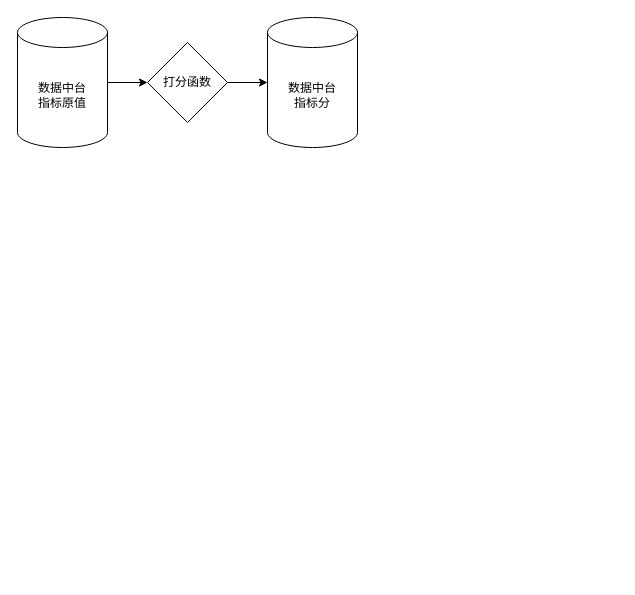
The draw.io diagram 友邦/友邦agent grade数据流程图.drawio in XiaoLiuAI/diagrams, before the edit. Source tidied: cells renumbered, new cells numbered last; positions are measured from the earlier drawing's top-left corner, leaving out a move shared by most shapes. Both pictures are drawn from the tidied source at 100%, with x=0, y=0 at pixel (17, 17).
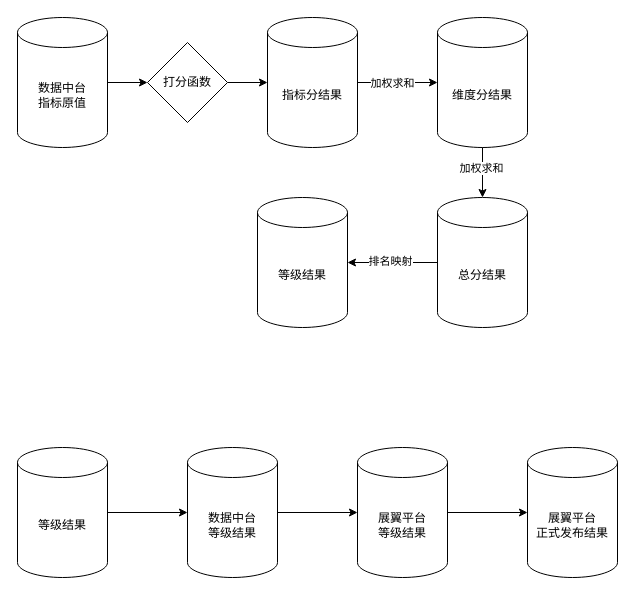
The same page after the edit.

Commit message (it also covers changes not shown here):
Update 友邦agent grade数据流程图.drawio

What changed in the source:
```diff
@@
+    <mxCell id="7" style="edgeStyle=orthogonalEdgeStyle;rounded=0;jettySize=auto;html=1;" parent="1" edge="1" source="6" target="9">
+      <mxGeometry relative="1" as="geometry" />
+    </mxCell>
+    <mxCell id="8" value="加权求和" style="edgeLabel;html=1;align=center;verticalAlign=middle;" parent="7" vertex="1">
+      <mxGeometry x="-0.26" y="-4" relative="1" as="geometry">
+        <mxPoint x="4" y="-4" as="offset" />
+      </mxGeometry>
+    </mxCell>
-    <mxCell id="6" value="数据中台&lt;div&gt;指标分&lt;/div&gt;" style="shape=cylinder3;whiteSpace=wrap;html=1;boundedLbl=1;backgroundOutline=1;size=15;" parent="1" vertex="1">
+    <mxCell id="6" value="&lt;div&gt;指标分结果&lt;/div&gt;" style="shape=cylinder3;whiteSpace=wrap;html=1;boundedLbl=1;backgroundOutline=1;size=15;" parent="1" vertex="1">
       <mxGeometry x="250" width="90" height="130" as="geometry" />
     </mxCell>
+    <mxCell id="9" value="&lt;div&gt;维度分结果&lt;/div&gt;" style="shape=cylinder3;whiteSpace=wrap;html=1;boundedLbl=1;backgroundOutline=1;size=15;" parent="1" vertex="1">
+      <mxGeometry x="420" width="90" height="130" as="geometry" />
+    </mxCell>
+    <mxCell id="10" style="edgeStyle=orthogonalEdgeStyle;rounded=0;jettySize=auto;html=1;" parent="1" edge="1" source="12" target="15">
+      <mxGeometry relative="1" as="geometry" />
+    </mxCell>
+    <mxCell id="11" value="排名映射" style="edgeLabel;html=1;align=center;verticalAlign=middle;" parent="10" vertex="1">
+      <mxGeometry x="0.07" y="-2" relative="1" as="geometry" />
+    </mxCell>
+    <mxCell id="12" value="&lt;div&gt;总分结果&lt;/div&gt;" style="shape=cylinder3;whiteSpace=wrap;html=1;boundedLbl=1;backgroundOutline=1;size=15;" parent="1" vertex="1">
+      <mxGeometry x="420" y="180" width="90" height="130" as="geometry" />
+    </mxCell>
+    <mxCell id="13" style="edgeStyle=orthogonalEdgeStyle;rounded=0;jettySize=auto;html=1;entryX=0.5;entryY=0;entryDx=0;entryDy=0;entryPerimeter=0;" parent="1" edge="1" source="9" target="12">
+      <mxGeometry relative="1" as="geometry" />
+    </mxCell>
+    <mxCell id="14" value="加权求和" style="edgeLabel;html=1;align=center;verticalAlign=middle;" parent="13" vertex="1">
+      <mxGeometry x="-0.2" y="-2" relative="1" as="geometry" />
+    </mxCell>
+    <mxCell id="15" value="等级结果" style="shape=cylinder3;whiteSpace=wrap;html=1;boundedLbl=1;backgroundOutline=1;size=15;" parent="1" vertex="1">
+      <mxGeometry x="240" y="180" width="90" height="130" as="geometry" />
+    </mxCell>
+    <mxCell id="16" style="edgeStyle=orthogonalEdgeStyle;rounded=0;jettySize=auto;html=1;" parent="1" edge="1" source="17" target="19">
+      <mxGeometry relative="1" as="geometry" />
+    </mxCell>
+    <mxCell id="17" value="等级结果" style="shape=cylinder3;whiteSpace=wrap;html=1;boundedLbl=1;backgroundOutline=1;size=15;" parent="1" vertex="1">
+      <mxGeometry y="430" width="90" height="130" as="geometry" />
+    </mxCell>
+    <mxCell id="18" style="edgeStyle=orthogonalEdgeStyle;rounded=0;jettySize=auto;html=1;" parent="1" edge="1" source="19" target="20">
+      <mxGeometry relative="1" as="geometry" />
+    </mxCell>
+    <mxCell id="19" value="数据中台&lt;div&gt;等级结果&lt;/div&gt;" style="shape=cylinder3;whiteSpace=wrap;html=1;boundedLbl=1;backgroundOutline=1;size=15;" parent="1" vertex="1">
+      <mxGeometry x="170" y="430" width="90" height="130" as="geometry" />
+    </mxCell>
+    <mxCell id="20" value="展翼平台&lt;div&gt;等级结果&lt;/div&gt;" style="shape=cylinder3;whiteSpace=wrap;html=1;boundedLbl=1;backgroundOutline=1;size=15;" parent="1" vertex="1">
+      <mxGeometry x="340" y="430" width="90" height="130" as="geometry" />
+    </mxCell>
+    <mxCell id="21" value="展翼平台&lt;div&gt;正式发布结果&lt;/div&gt;" style="shape=cylinder3;whiteSpace=wrap;html=1;boundedLbl=1;backgroundOutline=1;size=15;" parent="1" vertex="1">
+      <mxGeometry x="510" y="430" width="90" height="130" as="geometry" />
+    </mxCell>
+    <mxCell id="22" style="edgeStyle=orthogonalEdgeStyle;rounded=0;jettySize=auto;html=1;entryX=0;entryY=0.5;entryDx=0;entryDy=0;entryPerimeter=0;" parent="1" edge="1" source="20" target="21">
+      <mxGeometry relative="1" as="geometry" />
+    </mxCell>
```
